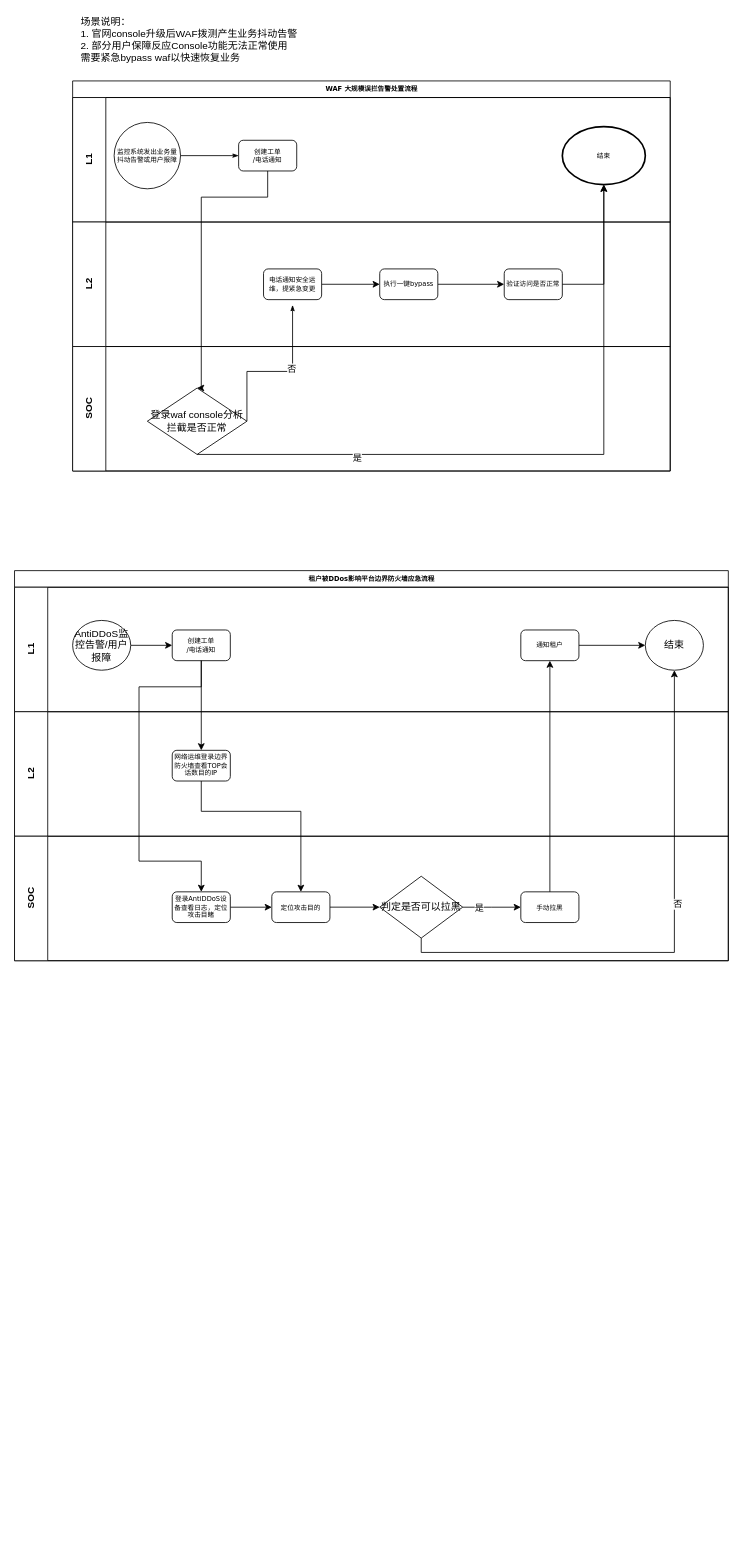
This is Untitled Diagram.drawio from dickens88/draft, a draw.io file, before an edit. Source tidied: cells renumbered, new cells numbered last; positions are measured from the earlier drawing's top-left corner, leaving out a move shared by most shapes. Both pictures are drawn from the tidied source at 83%, with x=0, y=0 at pixel (14, 14).
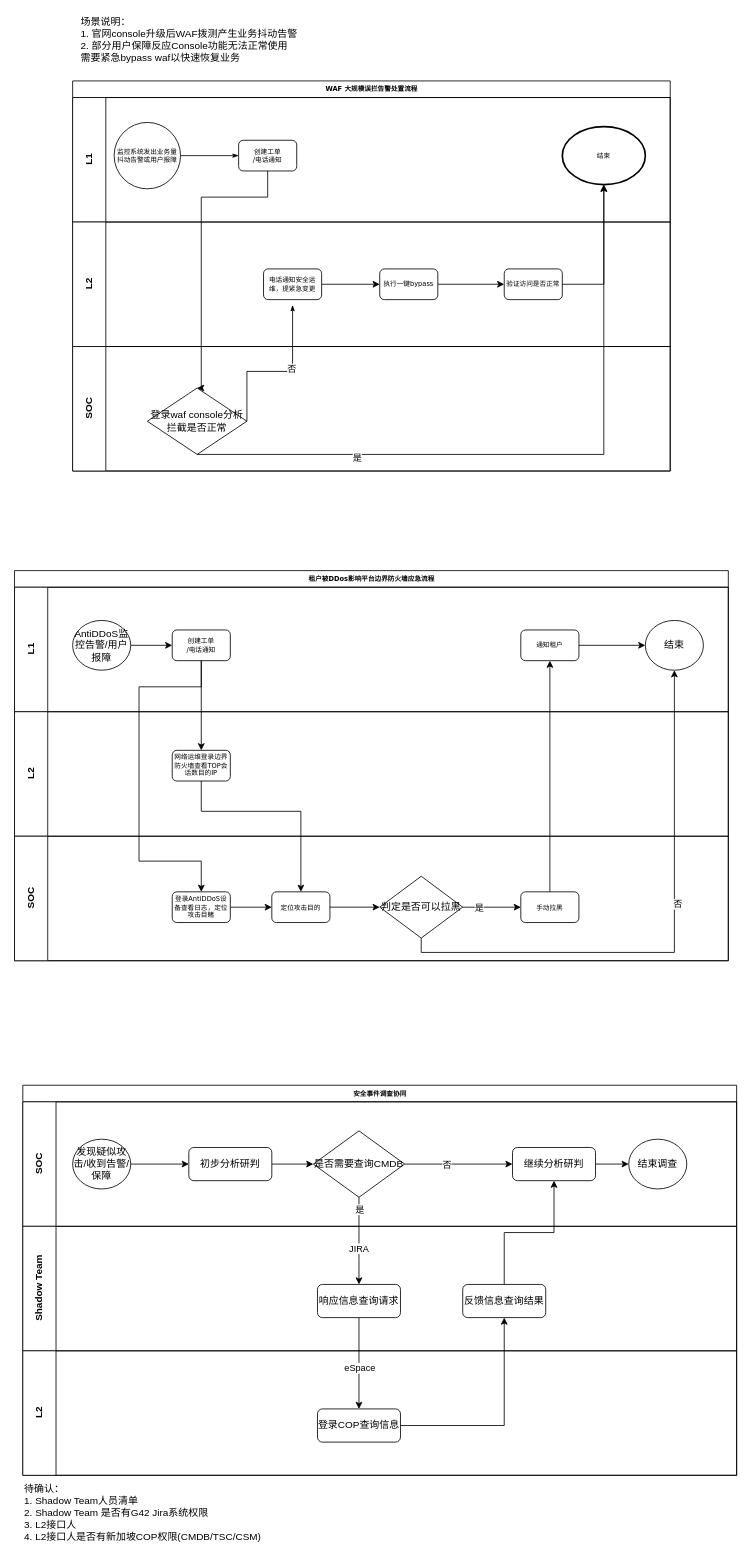
The same diagram, later.

The edit, as a diff of the source:
```diff
@@
+    <mxCell id="48" value="安全事件调查协同" style="swimlane;html=1;horizontal=1;startSize=20;rounded=0;shadow=0;labelBackgroundColor=none;strokeWidth=1;fontFamily=Verdana;fontSize=8;align=center;" parent="1" vertex="1">
+      <mxGeometry x="10" y="1290" width="860" height="470" as="geometry" />
+    </mxCell>
+    <mxCell id="49" value="SOC" style="swimlane;html=1;startSize=40;horizontal=0;" parent="48" vertex="1">
+      <mxGeometry y="20" width="860" height="150" as="geometry" />
+    </mxCell>
+    <mxCell id="50" value="发现疑似攻击/收到告警/保障" style="ellipse;whiteSpace=wrap;html=1;" parent="49" vertex="1">
+      <mxGeometry x="60" y="45" width="70" height="60" as="geometry" />
+    </mxCell>
+    <mxCell id="51" style="edgeStyle=orthogonalEdgeStyle;rounded=0;jettySize=auto;html=1;entryX=0;entryY=0.5;entryDx=0;entryDy=0;" parent="49" edge="1" source="52" target="56">
+      <mxGeometry relative="1" as="geometry" />
+    </mxCell>
+    <mxCell id="52" value="初步分析研判" style="rounded=1;whiteSpace=wrap;html=1;" parent="49" vertex="1">
+      <mxGeometry x="200" y="55" width="100" height="40" as="geometry" />
+    </mxCell>
+    <mxCell id="53" style="edgeStyle=orthogonalEdgeStyle;rounded=0;jettySize=auto;html=1;entryX=0;entryY=0.5;entryDx=0;entryDy=0;" parent="49" edge="1" source="50" target="52">
+      <mxGeometry relative="1" as="geometry" />
+    </mxCell>
+    <mxCell id="54" style="edgeStyle=orthogonalEdgeStyle;rounded=0;jettySize=auto;html=1;" parent="49" edge="1" source="56" target="59">
+      <mxGeometry relative="1" as="geometry" />
+    </mxCell>
+    <mxCell id="55" value="否" style="edgeLabel;html=1;align=center;verticalAlign=middle;" parent="54" vertex="1">
+      <mxGeometry x="-0.3" y="-4" relative="1" as="geometry">
+        <mxPoint x="4" y="-4" as="offset" />
+      </mxGeometry>
+    </mxCell>
+    <mxCell id="56" value="是否需要查询CMDB" style="rhombus;whiteSpace=wrap;html=1;" parent="49" vertex="1">
+      <mxGeometry x="350" y="35" width="110" height="80" as="geometry" />
+    </mxCell>
+    <mxCell id="57" value="结束调查" style="ellipse;whiteSpace=wrap;html=1;" parent="49" vertex="1">
+      <mxGeometry x="730" y="45" width="70" height="60" as="geometry" />
+    </mxCell>
+    <mxCell id="58" style="edgeStyle=orthogonalEdgeStyle;rounded=0;jettySize=auto;html=1;entryX=0;entryY=0.5;entryDx=0;entryDy=0;" parent="49" edge="1" source="59" target="57">
+      <mxGeometry relative="1" as="geometry" />
+    </mxCell>
+    <mxCell id="59" value="继续分析研判" style="rounded=1;whiteSpace=wrap;html=1;" parent="49" vertex="1">
+      <mxGeometry x="590" y="55" width="100" height="40" as="geometry" />
+    </mxCell>
+    <mxCell id="60" value="Shadow Team" style="swimlane;html=1;startSize=40;horizontal=0;" parent="48" vertex="1">
+      <mxGeometry y="170" width="860" height="150" as="geometry" />
+    </mxCell>
+    <mxCell id="61" value="响应信息查询请求" style="rounded=1;whiteSpace=wrap;html=1;" parent="60" vertex="1">
+      <mxGeometry x="355" y="70" width="100" height="40" as="geometry" />
+    </mxCell>
+    <mxCell id="62" value="反馈信息查询结果" style="rounded=1;whiteSpace=wrap;html=1;" parent="60" vertex="1">
+      <mxGeometry x="530" y="70" width="100" height="40" as="geometry" />
+    </mxCell>
+    <mxCell id="63" value="L2" style="swimlane;html=1;startSize=40;horizontal=0;" parent="48" vertex="1">
+      <mxGeometry y="320" width="860" height="150" as="geometry" />
+    </mxCell>
+    <mxCell id="64" value="登录COP查询信息" style="rounded=1;whiteSpace=wrap;html=1;" parent="63" vertex="1">
+      <mxGeometry x="355" y="70" width="100" height="40" as="geometry" />
+    </mxCell>
+    <mxCell id="65" style="edgeStyle=orthogonalEdgeStyle;rounded=0;jettySize=auto;html=1;entryX=0.5;entryY=0;entryDx=0;entryDy=0;" parent="48" edge="1" source="56" target="61">
+      <mxGeometry relative="1" as="geometry">
+        <Array as="points">
+          <mxPoint x="405" y="210" />
+          <mxPoint x="405" y="210" />
+        </Array>
+      </mxGeometry>
+    </mxCell>
+    <mxCell id="66" value="JIRA" style="edgeLabel;html=1;align=center;verticalAlign=middle;" parent="65" vertex="1">
+      <mxGeometry x="0.43" y="-14" relative="1" as="geometry">
+        <mxPoint x="13" y="-14" as="offset" />
+      </mxGeometry>
+    </mxCell>
+    <mxCell id="67" value="是" style="edgeLabel;html=1;align=center;verticalAlign=middle;" parent="65" vertex="1">
+      <mxGeometry x="0.43" y="-61" relative="1" as="geometry">
+        <mxPoint x="61" y="-61" as="offset" />
+      </mxGeometry>
+    </mxCell>
+    <mxCell id="68" style="edgeStyle=orthogonalEdgeStyle;rounded=0;jettySize=auto;html=1;entryX=0.5;entryY=0;entryDx=0;entryDy=0;" parent="48" edge="1" source="61" target="64">
+      <mxGeometry relative="1" as="geometry" />
+    </mxCell>
+    <mxCell id="69" value="eSpace" style="edgeLabel;html=1;align=center;verticalAlign=middle;" parent="68" vertex="1">
+      <mxGeometry x="-0.71" y="-1" relative="1" as="geometry">
+        <mxPoint x="1" y="44" as="offset" />
+      </mxGeometry>
+    </mxCell>
+    <mxCell id="70" style="edgeStyle=orthogonalEdgeStyle;rounded=0;jettySize=auto;html=1;entryX=0.5;entryY=1;entryDx=0;entryDy=0;" parent="48" edge="1" source="64" target="62">
+      <mxGeometry relative="1" as="geometry" />
+    </mxCell>
+    <mxCell id="71" style="edgeStyle=orthogonalEdgeStyle;rounded=0;jettySize=auto;html=1;" parent="48" edge="1" source="62" target="59">
+      <mxGeometry relative="1" as="geometry" />
+    </mxCell>
+    <mxCell id="72" value="待确认：&lt;br&gt;&lt;div&gt;&lt;span&gt;1. Shadow Team人员清单&lt;/span&gt;&lt;/div&gt;&lt;div&gt;&lt;span&gt;2. Shadow Team 是否有G42 Jira系统权限&lt;/span&gt;&lt;/div&gt;&lt;div&gt;&lt;span&gt;3. L2接口人&lt;/span&gt;&lt;/div&gt;&lt;div&gt;&lt;span&gt;4. L2接口人是否有新加坡COP权限(CMDB/TSC/CSM)&lt;/span&gt;&lt;/div&gt;" style="text;html=1;align=left;verticalAlign=middle;" parent="1" vertex="1">
+      <mxGeometry x="10" y="1770" width="300" height="70" as="geometry" />
+    </mxCell>
```
